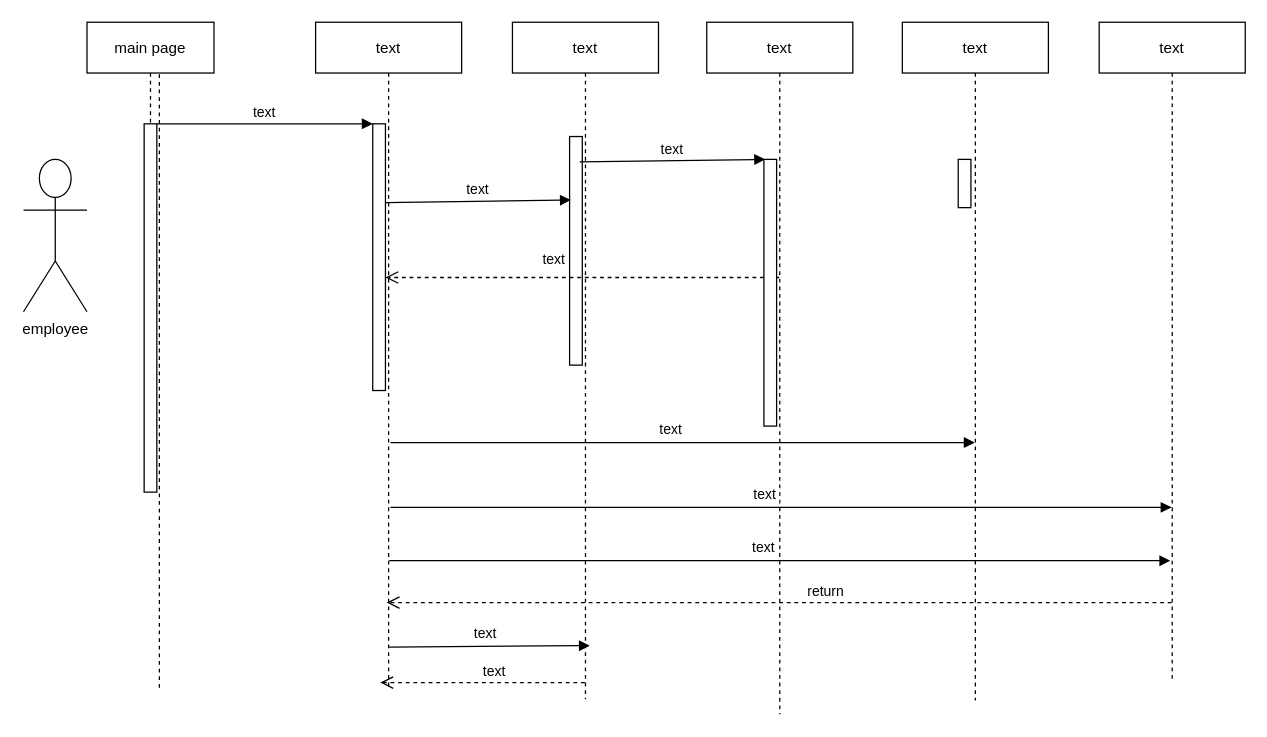
Earlier version of the draw.io diagram webseq.drawio (shamaabuhassan/Charts). Source tidied: cells renumbered, new cells numbered last; positions are measured from the earlier drawing's top-left corner, leaving out a move shared by most shapes. Both pictures are drawn from the tidied source at 127%, with x=0, y=0 at pixel (23, 22).
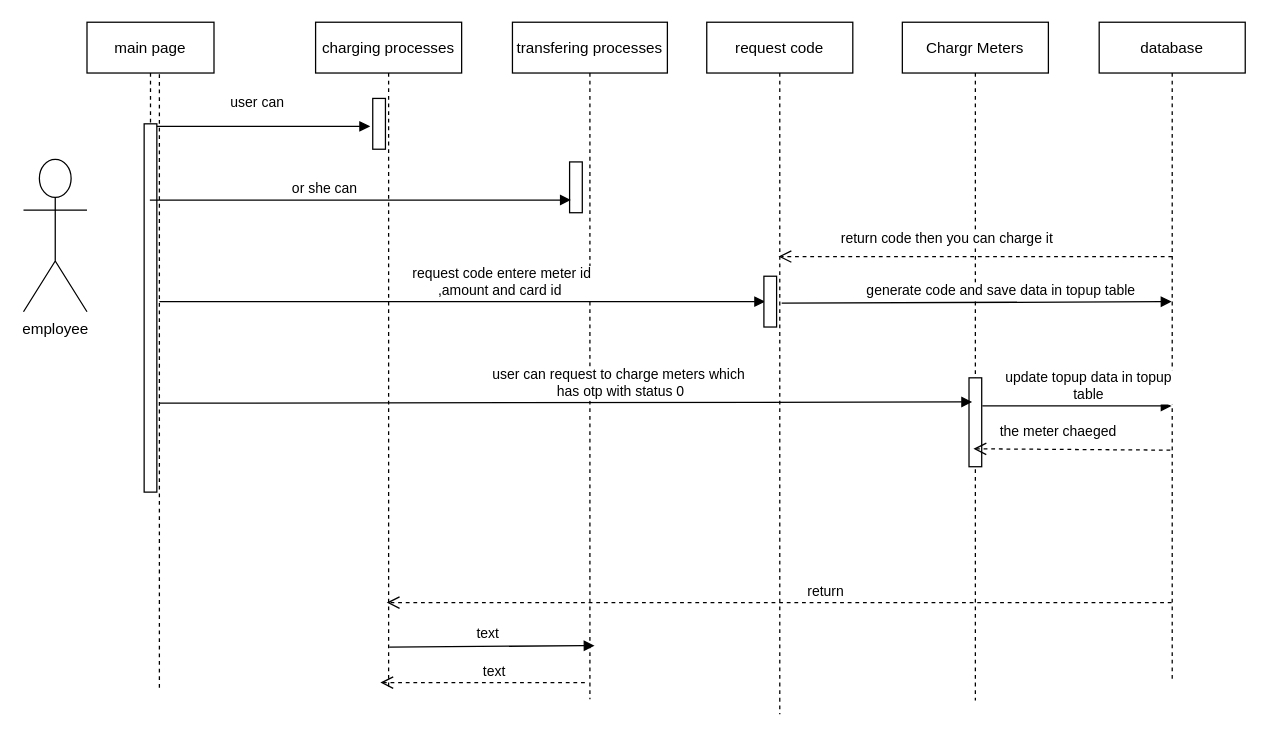
Above is the later version.

The change refers to these unchanged cells:
```xml
<mxCell id="2" value="main page" style="shape=umlLifeline;perimeter=lifelinePerimeter;rounded=0;shadow=0;strokeWidth=1;" parent="1" vertex="1">
  <mxGeometry x="50" width="100" height="370" as="geometry" />
</mxCell>
<mxCell id="3" style="points=[];perimeter=orthogonalPerimeter;rounded=0;shadow=0;strokeWidth=1;" parent="2" vertex="1">
  <mxGeometry x="45" y="80" width="10" height="290" as="geometry" />
</mxCell>
```

Change to the diagram source:
```diff
@@
-    <mxCell id="4" value="text" style="shape=umlLifeline;perimeter=lifelinePerimeter;rounded=0;shadow=0;strokeWidth=1;" parent="1" vertex="1">
+    <mxCell id="4" value="charging processes" style="shape=umlLifeline;perimeter=lifelinePerimeter;rounded=0;shadow=0;strokeWidth=1;" parent="1" vertex="1">
       <mxGeometry x="230" width="115" height="523" as="geometry" />
     </mxCell>
     <mxCell id="5" style="points=[];perimeter=orthogonalPerimeter;rounded=0;shadow=0;strokeWidth=1;" parent="4" vertex="1">
-      <mxGeometry x="45" y="80" width="10" height="210" as="geometry" />
+      <mxGeometry x="45" y="60" width="10" height="40" as="geometry" />
     </mxCell>
@@
-    <mxCell id="7" value="text" style="verticalAlign=bottom;endArrow=block;entryX=0;entryY=0;shadow=0;strokeWidth=1;" parent="1" edge="1" source="3" target="5">
-      <mxGeometry relative="1" as="geometry" />
+    <mxCell id="7" value="user can " style="verticalAlign=bottom;endArrow=block;entryX=-0.2;entryY=0.55;shadow=0;strokeWidth=1;entryDx=0;entryDy=0;entryPerimeter=0;" parent="1" edge="1" source="3" target="5">
+      <mxGeometry x="-0.04" y="10" relative="1" as="geometry" />
     </mxCell>
@@
-    <mxCell id="9" value="text" style="shape=umlLifeline;perimeter=lifelinePerimeter;rounded=0;shadow=0;strokeWidth=1;" parent="1" vertex="1">
-      <mxGeometry x="385" width="115" height="533" as="geometry" />
+    <mxCell id="9" value="transfering processes" style="shape=umlLifeline;perimeter=lifelinePerimeter;rounded=0;shadow=0;strokeWidth=1;" parent="1" vertex="1">
+      <mxGeometry x="385" width="122" height="533" as="geometry" />
     </mxCell>
     <mxCell id="10" style="perimeter=orthogonalPerimeter;rounded=0;shadow=0;strokeWidth=1;" parent="9" vertex="1">
-      <mxGeometry x="45" y="90" width="10" height="180" as="geometry" />
+      <mxGeometry x="45" y="110" width="10" height="40" as="geometry" />
     </mxCell>
-    <mxCell id="11" value="text" style="verticalAlign=bottom;endArrow=block;shadow=0;strokeWidth=1;entryX=0.1;entryY=0.175;entryDx=0;entryDy=0;entryPerimeter=0;" parent="1" edge="1">
-      <mxGeometry relative="1" as="geometry">
-        <mxPoint x="285" y="142" as="sourcePoint" />
+    <mxCell id="11" value="or she can" style="verticalAlign=bottom;endArrow=block;shadow=0;strokeWidth=1;entryX=0.1;entryY=0.175;entryDx=0;entryDy=0;entryPerimeter=0;" parent="1" edge="1" source="2">
+      <mxGeometry x="-0.17" relative="1" as="geometry">
         <mxPoint x="431" y="140" as="targetPoint" />
       </mxGeometry>
     </mxCell>
-    <mxCell id="12" value="text" style="verticalAlign=bottom;endArrow=open;dashed=1;endSize=8;shadow=0;strokeWidth=1;" parent="1" edge="1">
-      <mxGeometry x="0.14" y="-5" relative="1" as="geometry">
-        <mxPoint x="595" y="201" as="sourcePoint" />
-        <mxPoint x="285" y="201" as="targetPoint" />
-      </mxGeometry>
-    </mxCell>
-    <mxCell id="13" value="text" style="verticalAlign=bottom;endArrow=block;shadow=0;strokeWidth=1;" parent="1" edge="1" target="14">
-      <mxGeometry x="-0.04" y="1" relative="1" as="geometry">
-        <mxPoint x="289" y="331" as="sourcePoint" />
-      </mxGeometry>
-    </mxCell>
-    <mxCell id="14" value="text" style="shape=umlLifeline;perimeter=lifelinePerimeter;rounded=0;shadow=0;strokeWidth=1;" parent="1" vertex="1">
+    <mxCell id="14" value="Chargr Meters" style="shape=umlLifeline;perimeter=lifelinePerimeter;rounded=0;shadow=0;strokeWidth=1;" parent="1" vertex="1">
       <mxGeometry x="692" width="115" height="534" as="geometry" />
     </mxCell>
-    <mxCell id="15" style="perimeter=orthogonalPerimeter;rounded=0;shadow=0;strokeWidth=1;" parent="14" vertex="1">
-      <mxGeometry x="44" y="108" width="10" height="38" as="geometry" />
-    </mxCell>
+    <mxCell id="25" style="perimeter=orthogonalPerimeter;rounded=0;shadow=0;strokeWidth=1;" parent="14" vertex="1">
+      <mxGeometry x="52.5" y="280" width="10" height="70" as="geometry" />
+    </mxCell>
-    <mxCell id="16" value="text" style="shape=umlLifeline;perimeter=lifelinePerimeter;rounded=0;shadow=0;strokeWidth=1;" parent="1" vertex="1">
+    <mxCell id="16" value="database" style="shape=umlLifeline;perimeter=lifelinePerimeter;rounded=0;shadow=0;strokeWidth=1;" parent="1" vertex="1">
       <mxGeometry x="847" width="115" height="520" as="geometry" />
     </mxCell>
-    <mxCell id="17" value="text" style="verticalAlign=bottom;endArrow=block;shadow=0;strokeWidth=1;entryX=0.1;entryY=0.175;entryDx=0;entryDy=0;entryPerimeter=0;" parent="1" edge="1">
-      <mxGeometry relative="1" as="geometry">
-        <mxPoint x="438" y="110" as="sourcePoint" />
-        <mxPoint x="584" y="108" as="targetPoint" />
+    <mxCell id="17" value="request code entere meter id &#10;,amount and card id " style="verticalAlign=bottom;endArrow=block;shadow=0;strokeWidth=1;entryX=0.1;entryY=0.175;entryDx=0;entryDy=0;entryPerimeter=0;" parent="1" edge="1">
+      <mxGeometry x="0.13" relative="1" as="geometry">
+        <mxPoint x="107" y="220" as="sourcePoint" />
+        <mxPoint x="584" y="220" as="targetPoint" />
       </mxGeometry>
     </mxCell>
-    <mxCell id="18" value="text" style="shape=umlLifeline;perimeter=lifelinePerimeter;rounded=0;shadow=0;strokeWidth=1;" parent="1" vertex="1">
+    <mxCell id="18" value="request code" style="shape=umlLifeline;perimeter=lifelinePerimeter;rounded=0;shadow=0;strokeWidth=1;" parent="1" vertex="1">
       <mxGeometry x="538" width="115" height="545" as="geometry" />
     </mxCell>
     <mxCell id="19" style="perimeter=orthogonalPerimeter;rounded=0;shadow=0;strokeWidth=1;" parent="18" vertex="1">
-      <mxGeometry x="45" y="108" width="10" height="210" as="geometry" />
+      <mxGeometry x="45" y="200" width="10" height="40" as="geometry" />
     </mxCell>
@@
-    <mxCell id="23" value="text" style="verticalAlign=bottom;endArrow=block;shadow=0;strokeWidth=1;" parent="1" edge="1" target="16">
-      <mxGeometry x="-0.04" y="1" relative="1" as="geometry">
-        <mxPoint x="289" y="382" as="sourcePoint" />
-      </mxGeometry>
-    </mxCell>
-    <mxCell id="24" value="text" style="verticalAlign=bottom;endArrow=block;shadow=0;strokeWidth=1;" parent="1" edge="1">
-      <mxGeometry x="-0.04" y="1" relative="1" as="geometry">
-        <mxPoint x="288" y="424" as="sourcePoint" />
-        <mxPoint x="903" y="424" as="targetPoint" />
-      </mxGeometry>
-    </mxCell>
+    <mxCell id="26" value="generate code and save data in topup table" style="verticalAlign=bottom;endArrow=block;shadow=0;strokeWidth=1;entryX=0.1;entryY=0.175;entryDx=0;entryDy=0;entryPerimeter=0;exitX=0.513;exitY=0.406;exitDx=0;exitDy=0;exitPerimeter=0;" parent="1" edge="1" source="18">
+      <mxGeometry x="0.13" relative="1" as="geometry">
+        <mxPoint x="904" y="220" as="targetPoint" />
+      </mxGeometry>
+    </mxCell>
+    <mxCell id="27" value="return code then you can charge it" style="verticalAlign=bottom;endArrow=open;dashed=1;endSize=8;shadow=0;strokeWidth=1;" parent="1" edge="1">
+      <mxGeometry x="0.14" y="-5" relative="1" as="geometry">
+        <mxPoint x="904.5" y="184.5" as="sourcePoint" />
+        <mxPoint x="594.5" y="184.5" as="targetPoint" />
+      </mxGeometry>
+    </mxCell>
+    <mxCell id="28" value="user can request to charge meters which&#10; has otp with status 0" style="verticalAlign=bottom;endArrow=block;shadow=0;strokeWidth=1;" parent="1" edge="1">
+      <mxGeometry x="0.13" relative="1" as="geometry">
+        <mxPoint x="107" y="300" as="sourcePoint" />
+        <mxPoint x="747" y="299" as="targetPoint" />
+      </mxGeometry>
+    </mxCell>
+    <mxCell id="29" value="update topup data in topup&#10;table" style="verticalAlign=bottom;endArrow=block;shadow=0;strokeWidth=1;entryX=0.496;entryY=0.581;entryDx=0;entryDy=0;entryPerimeter=0;" parent="1" edge="1" target="16">
+      <mxGeometry x="0.13" relative="1" as="geometry">
+        <mxPoint x="755" y="302" as="sourcePoint" />
+      </mxGeometry>
+    </mxCell>
+    <mxCell id="30" value="the meter chaeged" style="verticalAlign=bottom;endArrow=open;dashed=1;endSize=8;shadow=0;strokeWidth=1;entryX=0.487;entryY=0.629;entryDx=0;entryDy=0;entryPerimeter=0;exitX=0.487;exitY=0.648;exitDx=0;exitDy=0;exitPerimeter=0;" parent="1" edge="1" source="16" target="14">
+      <mxGeometry x="0.14" y="-5" relative="1" as="geometry" />
+    </mxCell>
```
